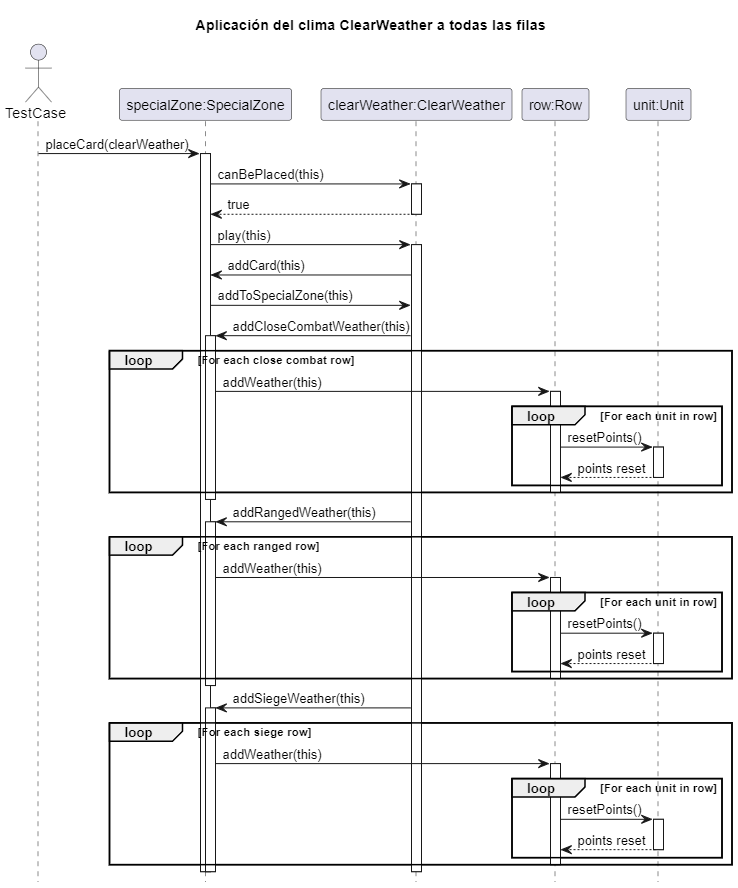
Yonhir/algo3_proyecto_base_tp2 keeps this PlantUML diagram as diagrams/sequences/AplicarClearWeather.png. Above is the earlier version. Its source is kept beside it as diagrams/sequences/AplicarClearWeather.plantuml.
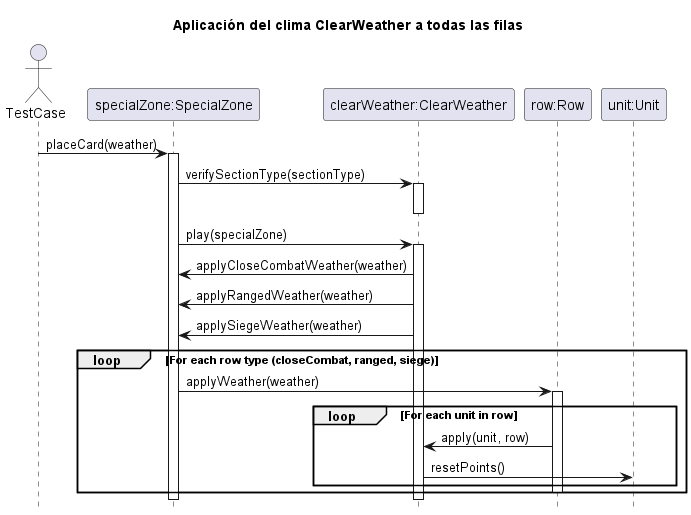
Later version of the same file.

The edit, as a diff of the source:
```diff
@@ -5,84 +5,31 @@
 
 actor TestCase
 
-participant "specialZone:SpecialZone" as SpecialZone
-participant "clearWeather:ClearWeather" as Weather
-participant "row:Row" as Row
-participant "unit:Unit" as Unit
+participant "specialZone:SpecialZone" as specialZone
+participant "clearWeather:ClearWeather" as weather
+participant "row:Row" as row
+participant "unit:Unit" as unit
 
-TestCase -> SpecialZone: placeCard(clearWeather)
-activate SpecialZone
-
-SpecialZone -> Weather: canBePlaced(this)
-activate Weather
-Weather --> SpecialZone: true
-deactivate Weather
-
-SpecialZone -> Weather: play(this)
-activate Weather
-
-Weather -> SpecialZone: addCard(this)
-
-SpecialZone -> Weather: addToSpecialZone(this)
-
-Weather -> SpecialZone: addCloseCombatWeather(this)
-activate SpecialZone
-
-loop For each close combat row
-    SpecialZone -> Row: addWeather(this)
-    activate Row
-
-    loop For each unit in row
-        Row -> Unit: resetPoints()
-        activate Unit
-        Unit --> Row: points reset
-        deactivate Unit
-    end
-
-    deactivate Row
-end
-
-deactivate SpecialZone
-
-Weather -> SpecialZone: addRangedWeather(this)
-activate SpecialZone
-
-loop For each ranged row
-    SpecialZone -> Row: addWeather(this)
-    activate Row
-
-    loop For each unit in row
-        Row -> Unit: resetPoints()
-        activate Unit
-        Unit --> Row: points reset
-        deactivate Unit
-    end
-
-    deactivate Row
-end
-
-deactivate SpecialZone
-
-Weather -> SpecialZone: addSiegeWeather(this)
-activate SpecialZone
-
-loop For each siege row
-    SpecialZone -> Row: addWeather(this)
-    activate Row
-
-    loop For each unit in row
-        Row -> Unit: resetPoints()
-        activate Unit
-        Unit --> Row: points reset
-        deactivate Unit
-    end
-
-    deactivate Row
-end
-
-deactivate SpecialZone
-
-deactivate Weather
-deactivate SpecialZone
+TestCase -> specialZone: placeCard(weather)
+    activate specialZone
+    specialZone -> weather: verifySectionType(sectionType)
+        activate weather
+        deactivate weather
+    specialZone -> weather: play(specialZone)
+        activate weather
+        weather -> specialZone: applyCloseCombatWeather(weather)
+        weather -> specialZone: applyRangedWeather(weather)
+        weather -> specialZone: applySiegeWeather(weather)
+        loop For each row type (closeCombat, ranged, siege)
+            specialZone -> row: applyWeather(weather)
+                activate row
+                loop For each unit in row
+                    row -> weather: apply(unit, row)
+                        weather -> unit: resetPoints()
+                end
+                deactivate row
+        end
+        deactivate weather
+    deactivate specialZone
 
 @enduml
```
